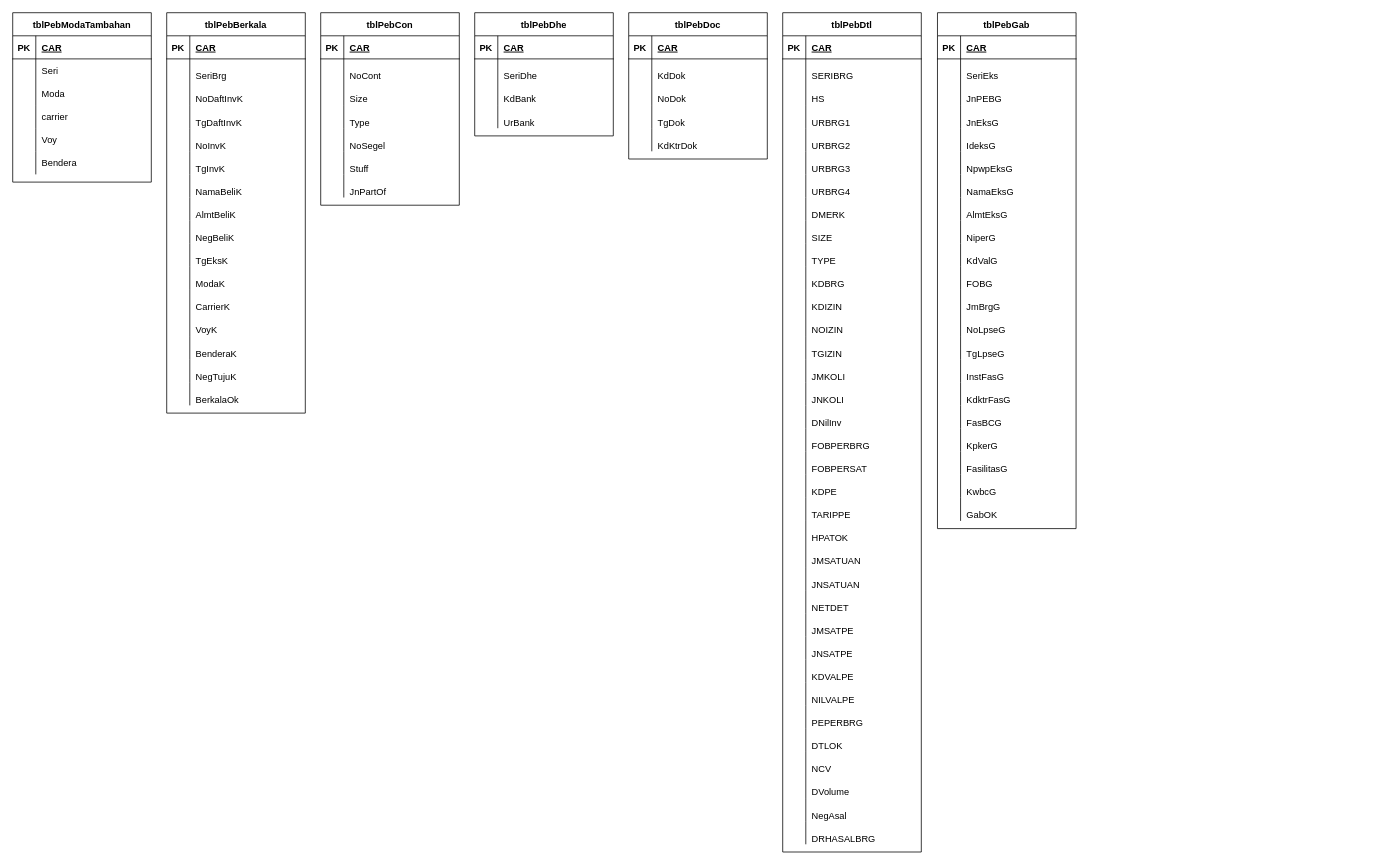
1000pilar/import-system-ii keeps this draw.io diagram as PEB Tables.drawio. Above is the earlier version. Source tidied: cells renumbered, new cells numbered last; positions are measured from the earlier drawing's top-left corner, leaving out a move shared by most shapes. Both pictures are drawn from the tidied source at 77%, with x=0, y=0 at pixel (12, 12).
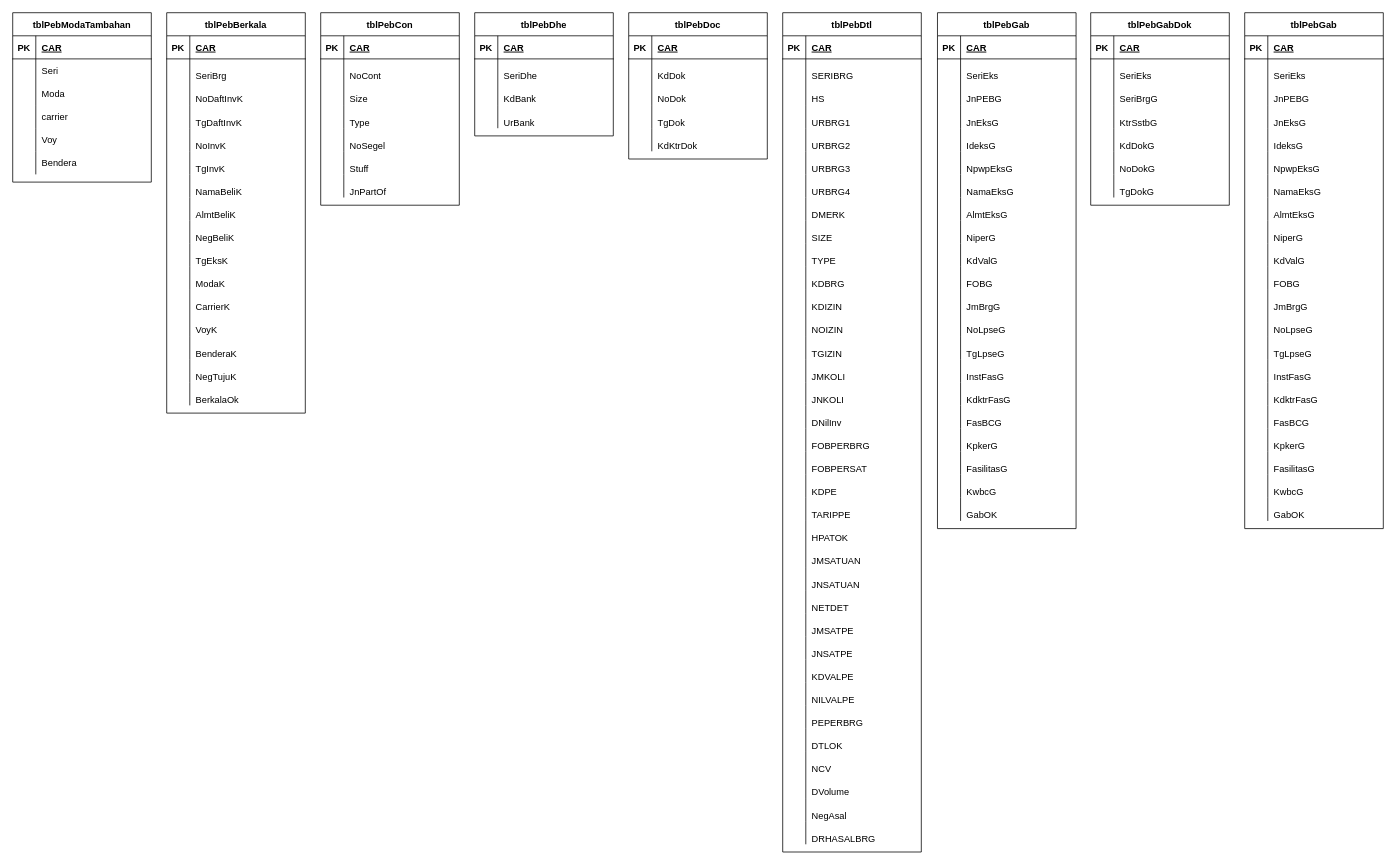
The same diagram, later.

The edit, as a diff of the source:
```diff
@@
+    <mxCell id="291" value="&#10;  tblPebGabDok&#10;" style="shape=table;startSize=30;childLayout=tableLayout;rowLines=0;fontStyle=1;align=center;" parent="1" vertex="1">
+      <mxGeometry x="1400" width="180" height="250" as="geometry" />
+    </mxCell>
+    <mxCell id="292" style="shape=partialRectangle;fillColor=none;top=0;left=0;bottom=1;right=0;" parent="291" vertex="1">
+      <mxGeometry y="30" width="180" height="30" as="geometry" />
+    </mxCell>
+    <mxCell id="293" value="PK" style="shape=partialRectangle;fillColor=none;top=0;left=0;bottom=0;right=0;fontStyle=1;overflow=hidden;" parent="292" vertex="1">
+      <mxGeometry width="30" height="30" as="geometry" />
+    </mxCell>
+    <mxCell id="294" value="CAR" style="shape=partialRectangle;fillColor=none;top=0;left=0;bottom=0;right=0;align=left;spacingLeft=6;fontStyle=5;overflow=hidden;" parent="292" vertex="1">
+      <mxGeometry x="30" width="150" height="30" as="geometry" />
+    </mxCell>
+    <mxCell id="295" style="shape=partialRectangle;fillColor=none;top=0;left=0;bottom=0;right=0;" parent="291" vertex="1">
+      <mxGeometry y="60" width="180" height="30" as="geometry" />
+    </mxCell>
+    <mxCell id="296" style="shape=partialRectangle;fillColor=none;top=0;left=0;bottom=0;right=0;overflow=hidden;" parent="295" vertex="1">
+      <mxGeometry width="30" height="30" as="geometry" />
+    </mxCell>
+    <mxCell id="297" value="&#10;  SeriEks&#10;" style="shape=partialRectangle;fillColor=none;top=0;left=0;bottom=0;right=0;align=left;spacingLeft=6;overflow=hidden;" parent="295" vertex="1">
+      <mxGeometry x="30" width="150" height="30" as="geometry" />
+    </mxCell>
+    <mxCell id="298" style="shape=partialRectangle;fillColor=none;top=0;left=0;bottom=0;right=0;" parent="291" vertex="1">
+      <mxGeometry y="90" width="180" height="30" as="geometry" />
+    </mxCell>
+    <mxCell id="299" style="shape=partialRectangle;fillColor=none;top=0;left=0;bottom=0;right=0;overflow=hidden;" parent="298" vertex="1">
+      <mxGeometry width="30" height="30" as="geometry" />
+    </mxCell>
+    <mxCell id="300" value="&#10;  SeriBrgG&#10;" style="shape=partialRectangle;fillColor=none;top=0;left=0;bottom=0;right=0;align=left;spacingLeft=6;overflow=hidden;" parent="298" vertex="1">
+      <mxGeometry x="30" width="150" height="30" as="geometry" />
+    </mxCell>
+    <mxCell id="301" style="shape=partialRectangle;fillColor=none;top=0;left=0;bottom=0;right=0;" parent="291" vertex="1">
+      <mxGeometry y="120" width="180" height="30" as="geometry" />
+    </mxCell>
+    <mxCell id="302" style="shape=partialRectangle;fillColor=none;top=0;left=0;bottom=0;right=0;overflow=hidden;" parent="301" vertex="1">
+      <mxGeometry width="30" height="30" as="geometry" />
+    </mxCell>
+    <mxCell id="303" value="&#10;  KtrSstbG&#10;" style="shape=partialRectangle;fillColor=none;top=0;left=0;bottom=0;right=0;align=left;spacingLeft=6;overflow=hidden;" parent="301" vertex="1">
+      <mxGeometry x="30" width="150" height="30" as="geometry" />
+    </mxCell>
+    <mxCell id="304" style="shape=partialRectangle;fillColor=none;top=0;left=0;bottom=0;right=0;" parent="291" vertex="1">
+      <mxGeometry y="150" width="180" height="30" as="geometry" />
+    </mxCell>
+    <mxCell id="305" style="shape=partialRectangle;fillColor=none;top=0;left=0;bottom=0;right=0;overflow=hidden;" parent="304" vertex="1">
+      <mxGeometry width="30" height="30" as="geometry" />
+    </mxCell>
+    <mxCell id="306" value="&#10;  KdDokG&#10;" style="shape=partialRectangle;fillColor=none;top=0;left=0;bottom=0;right=0;align=left;spacingLeft=6;overflow=hidden;" parent="304" vertex="1">
+      <mxGeometry x="30" width="150" height="30" as="geometry" />
+    </mxCell>
+    <mxCell id="307" style="shape=partialRectangle;fillColor=none;top=0;left=0;bottom=0;right=0;" parent="291" vertex="1">
+      <mxGeometry y="180" width="180" height="30" as="geometry" />
+    </mxCell>
+    <mxCell id="308" style="shape=partialRectangle;fillColor=none;top=0;left=0;bottom=0;right=0;overflow=hidden;" parent="307" vertex="1">
+      <mxGeometry width="30" height="30" as="geometry" />
+    </mxCell>
+    <mxCell id="309" value="&#10;  NoDokG&#10;" style="shape=partialRectangle;fillColor=none;top=0;left=0;bottom=0;right=0;align=left;spacingLeft=6;overflow=hidden;" parent="307" vertex="1">
+      <mxGeometry x="30" width="150" height="30" as="geometry" />
+    </mxCell>
+    <mxCell id="310" style="shape=partialRectangle;fillColor=none;top=0;left=0;bottom=0;right=0;" parent="291" vertex="1">
+      <mxGeometry y="210" width="180" height="30" as="geometry" />
+    </mxCell>
+    <mxCell id="311" style="shape=partialRectangle;fillColor=none;top=0;left=0;bottom=0;right=0;overflow=hidden;" parent="310" vertex="1">
+      <mxGeometry width="30" height="30" as="geometry" />
+    </mxCell>
+    <mxCell id="312" value="&#10;  TgDokG&#10;" style="shape=partialRectangle;fillColor=none;top=0;left=0;bottom=0;right=0;align=left;spacingLeft=6;overflow=hidden;" parent="310" vertex="1">
+      <mxGeometry x="30" width="150" height="30" as="geometry" />
+    </mxCell>
+    <mxCell id="313" value="&#10;  tblPebGab&#10;" style="shape=table;startSize=30;childLayout=tableLayout;rowLines=0;fontStyle=1;align=center;" parent="1" vertex="1">
+      <mxGeometry x="1600" width="180" height="670" as="geometry" />
+    </mxCell>
+    <mxCell id="314" style="shape=partialRectangle;fillColor=none;top=0;left=0;bottom=1;right=0;" parent="313" vertex="1">
+      <mxGeometry y="30" width="180" height="30" as="geometry" />
+    </mxCell>
+    <mxCell id="315" value="PK" style="shape=partialRectangle;fillColor=none;top=0;left=0;bottom=0;right=0;fontStyle=1;overflow=hidden;" parent="314" vertex="1">
+      <mxGeometry width="30" height="30" as="geometry" />
+    </mxCell>
+    <mxCell id="316" value="CAR" style="shape=partialRectangle;fillColor=none;top=0;left=0;bottom=0;right=0;align=left;spacingLeft=6;fontStyle=5;overflow=hidden;" parent="314" vertex="1">
+      <mxGeometry x="30" width="150" height="30" as="geometry" />
+    </mxCell>
+    <mxCell id="317" style="shape=partialRectangle;fillColor=none;top=0;left=0;bottom=0;right=0;" parent="313" vertex="1">
+      <mxGeometry y="60" width="180" height="30" as="geometry" />
+    </mxCell>
+    <mxCell id="318" style="shape=partialRectangle;fillColor=none;top=0;left=0;bottom=0;right=0;overflow=hidden;" parent="317" vertex="1">
+      <mxGeometry width="30" height="30" as="geometry" />
+    </mxCell>
+    <mxCell id="319" value="&#10;  SeriEks&#10;" style="shape=partialRectangle;fillColor=none;top=0;left=0;bottom=0;right=0;align=left;spacingLeft=6;overflow=hidden;" parent="317" vertex="1">
+      <mxGeometry x="30" width="150" height="30" as="geometry" />
+    </mxCell>
+    <mxCell id="320" style="shape=partialRectangle;fillColor=none;top=0;left=0;bottom=0;right=0;" parent="313" vertex="1">
+      <mxGeometry y="90" width="180" height="30" as="geometry" />
+    </mxCell>
+    <mxCell id="321" style="shape=partialRectangle;fillColor=none;top=0;left=0;bottom=0;right=0;overflow=hidden;" parent="320" vertex="1">
+      <mxGeometry width="30" height="30" as="geometry" />
+    </mxCell>
+    <mxCell id="322" value="&#10;  JnPEBG&#10;" style="shape=partialRectangle;fillColor=none;top=0;left=0;bottom=0;right=0;align=left;spacingLeft=6;overflow=hidden;" parent="320" vertex="1">
+      <mxGeometry x="30" width="150" height="30" as="geometry" />
+    </mxCell>
+    <mxCell id="323" style="shape=partialRectangle;fillColor=none;top=0;left=0;bottom=0;right=0;" parent="313" vertex="1">
+      <mxGeometry y="120" width="180" height="30" as="geometry" />
+    </mxCell>
+    <mxCell id="324" style="shape=partialRectangle;fillColor=none;top=0;left=0;bottom=0;right=0;overflow=hidden;" parent="323" vertex="1">
+      <mxGeometry width="30" height="30" as="geometry" />
+    </mxCell>
+    <mxCell id="325" value="&#10;  JnEksG&#10;" style="shape=partialRectangle;fillColor=none;top=0;left=0;bottom=0;right=0;align=left;spacingLeft=6;overflow=hidden;" parent="323" vertex="1">
+      <mxGeometry x="30" width="150" height="30" as="geometry" />
+    </mxCell>
+    <mxCell id="326" style="shape=partialRectangle;fillColor=none;top=0;left=0;bottom=0;right=0;" parent="313" vertex="1">
+      <mxGeometry y="150" width="180" height="30" as="geometry" />
+    </mxCell>
+    <mxCell id="327" style="shape=partialRectangle;fillColor=none;top=0;left=0;bottom=0;right=0;overflow=hidden;" parent="326" vertex="1">
+      <mxGeometry width="30" height="30" as="geometry" />
+    </mxCell>
+    <mxCell id="328" value="&#10;  IdeksG&#10;" style="shape=partialRectangle;fillColor=none;top=0;left=0;bottom=0;right=0;align=left;spacingLeft=6;overflow=hidden;" parent="326" vertex="1">
+      <mxGeometry x="30" width="150" height="30" as="geometry" />
+    </mxCell>
+    <mxCell id="329" style="shape=partialRectangle;fillColor=none;top=0;left=0;bottom=0;right=0;" parent="313" vertex="1">
+      <mxGeometry y="180" width="180" height="30" as="geometry" />
+    </mxCell>
+    <mxCell id="330" style="shape=partialRectangle;fillColor=none;top=0;left=0;bottom=0;right=0;overflow=hidden;" parent="329" vertex="1">
+      <mxGeometry width="30" height="30" as="geometry" />
+    </mxCell>
+    <mxCell id="331" value="&#10;  NpwpEksG&#10;" style="shape=partialRectangle;fillColor=none;top=0;left=0;bottom=0;right=0;align=left;spacingLeft=6;overflow=hidden;" parent="329" vertex="1">
+      <mxGeometry x="30" width="150" height="30" as="geometry" />
+    </mxCell>
+    <mxCell id="332" style="shape=partialRectangle;fillColor=none;top=0;left=0;bottom=0;right=0;" parent="313" vertex="1">
+      <mxGeometry y="210" width="180" height="30" as="geometry" />
+    </mxCell>
+    <mxCell id="333" style="shape=partialRectangle;fillColor=none;top=0;left=0;bottom=0;right=0;overflow=hidden;" parent="332" vertex="1">
+      <mxGeometry width="30" height="30" as="geometry" />
+    </mxCell>
+    <mxCell id="334" value="&#10;  NamaEksG&#10;" style="shape=partialRectangle;fillColor=none;top=0;left=0;bottom=0;right=0;align=left;spacingLeft=6;overflow=hidden;" parent="332" vertex="1">
+      <mxGeometry x="30" width="150" height="30" as="geometry" />
+    </mxCell>
+    <mxCell id="335" style="shape=partialRectangle;fillColor=none;top=0;left=0;bottom=0;right=0;" parent="313" vertex="1">
+      <mxGeometry y="240" width="180" height="30" as="geometry" />
+    </mxCell>
+    <mxCell id="336" style="shape=partialRectangle;fillColor=none;top=0;left=0;bottom=0;right=0;overflow=hidden;" parent="335" vertex="1">
+      <mxGeometry width="30" height="30" as="geometry" />
+    </mxCell>
+    <mxCell id="337" value="&#10;  AlmtEksG&#10;" style="shape=partialRectangle;fillColor=none;top=0;left=0;bottom=0;right=0;align=left;spacingLeft=6;overflow=hidden;" parent="335" vertex="1">
+      <mxGeometry x="30" width="150" height="30" as="geometry" />
+    </mxCell>
+    <mxCell id="338" style="shape=partialRectangle;fillColor=none;top=0;left=0;bottom=0;right=0;" parent="313" vertex="1">
+      <mxGeometry y="270" width="180" height="30" as="geometry" />
+    </mxCell>
+    <mxCell id="339" style="shape=partialRectangle;fillColor=none;top=0;left=0;bottom=0;right=0;overflow=hidden;" parent="338" vertex="1">
+      <mxGeometry width="30" height="30" as="geometry" />
+    </mxCell>
+    <mxCell id="340" value="&#10;  NiperG&#10;" style="shape=partialRectangle;fillColor=none;top=0;left=0;bottom=0;right=0;align=left;spacingLeft=6;overflow=hidden;" parent="338" vertex="1">
+      <mxGeometry x="30" width="150" height="30" as="geometry" />
+    </mxCell>
+    <mxCell id="341" style="shape=partialRectangle;fillColor=none;top=0;left=0;bottom=0;right=0;" parent="313" vertex="1">
+      <mxGeometry y="300" width="180" height="30" as="geometry" />
+    </mxCell>
+    <mxCell id="342" style="shape=partialRectangle;fillColor=none;top=0;left=0;bottom=0;right=0;overflow=hidden;" parent="341" vertex="1">
+      <mxGeometry width="30" height="30" as="geometry" />
+    </mxCell>
+    <mxCell id="343" value="&#10;  KdValG&#10;" style="shape=partialRectangle;fillColor=none;top=0;left=0;bottom=0;right=0;align=left;spacingLeft=6;overflow=hidden;" parent="341" vertex="1">
+      <mxGeometry x="30" width="150" height="30" as="geometry" />
+    </mxCell>
+    <mxCell id="344" style="shape=partialRectangle;fillColor=none;top=0;left=0;bottom=0;right=0;" parent="313" vertex="1">
+      <mxGeometry y="330" width="180" height="30" as="geometry" />
+    </mxCell>
+    <mxCell id="345" style="shape=partialRectangle;fillColor=none;top=0;left=0;bottom=0;right=0;overflow=hidden;" parent="344" vertex="1">
+      <mxGeometry width="30" height="30" as="geometry" />
+    </mxCell>
+    <mxCell id="346" value="&#10;  FOBG&#10;" style="shape=partialRectangle;fillColor=none;top=0;left=0;bottom=0;right=0;align=left;spacingLeft=6;overflow=hidden;" parent="344" vertex="1">
+      <mxGeometry x="30" width="150" height="30" as="geometry" />
+    </mxCell>
+    <mxCell id="347" style="shape=partialRectangle;fillColor=none;top=0;left=0;bottom=0;right=0;" parent="313" vertex="1">
+      <mxGeometry y="360" width="180" height="30" as="geometry" />
+    </mxCell>
+    <mxCell id="348" style="shape=partialRectangle;fillColor=none;top=0;left=0;bottom=0;right=0;overflow=hidden;" parent="347" vertex="1">
+      <mxGeometry width="30" height="30" as="geometry" />
+    </mxCell>
+    <mxCell id="349" value="&#10;  JmBrgG&#10;" style="shape=partialRectangle;fillColor=none;top=0;left=0;bottom=0;right=0;align=left;spacingLeft=6;overflow=hidden;" parent="347" vertex="1">
+      <mxGeometry x="30" width="150" height="30" as="geometry" />
+    </mxCell>
+    <mxCell id="350" style="shape=partialRectangle;fillColor=none;top=0;left=0;bottom=0;right=0;" parent="313" vertex="1">
+      <mxGeometry y="390" width="180" height="30" as="geometry" />
+    </mxCell>
+    <mxCell id="351" style="shape=partialRectangle;fillColor=none;top=0;left=0;bottom=0;right=0;overflow=hidden;" parent="350" vertex="1">
+      <mxGeometry width="30" height="30" as="geometry" />
+    </mxCell>
+    <mxCell id="352" value="&#10;  NoLpseG&#10;" style="shape=partialRectangle;fillColor=none;top=0;left=0;bottom=0;right=0;align=left;spacingLeft=6;overflow=hidden;" parent="350" vertex="1">
+      <mxGeometry x="30" width="150" height="30" as="geometry" />
+    </mxCell>
+    <mxCell id="353" style="shape=partialRectangle;fillColor=none;top=0;left=0;bottom=0;right=0;" parent="313" vertex="1">
+      <mxGeometry y="420" width="180" height="30" as="geometry" />
+    </mxCell>
+    <mxCell id="354" style="shape=partialRectangle;fillColor=none;top=0;left=0;bottom=0;right=0;overflow=hidden;" parent="353" vertex="1">
+      <mxGeometry width="30" height="30" as="geometry" />
+    </mxCell>
+    <mxCell id="355" value="&#10;  TgLpseG&#10;" style="shape=partialRectangle;fillColor=none;top=0;left=0;bottom=0;right=0;align=left;spacingLeft=6;overflow=hidden;" parent="353" vertex="1">
+      <mxGeometry x="30" width="150" height="30" as="geometry" />
+    </mxCell>
+    <mxCell id="356" style="shape=partialRectangle;fillColor=none;top=0;left=0;bottom=0;right=0;" parent="313" vertex="1">
+      <mxGeometry y="450" width="180" height="30" as="geometry" />
+    </mxCell>
+    <mxCell id="357" style="shape=partialRectangle;fillColor=none;top=0;left=0;bottom=0;right=0;overflow=hidden;" parent="356" vertex="1">
+      <mxGeometry width="30" height="30" as="geometry" />
+    </mxCell>
+    <mxCell id="358" value="&#10;  InstFasG&#10;" style="shape=partialRectangle;fillColor=none;top=0;left=0;bottom=0;right=0;align=left;spacingLeft=6;overflow=hidden;" parent="356" vertex="1">
+      <mxGeometry x="30" width="150" height="30" as="geometry" />
+    </mxCell>
+    <mxCell id="359" style="shape=partialRectangle;fillColor=none;top=0;left=0;bottom=0;right=0;" parent="313" vertex="1">
+      <mxGeometry y="480" width="180" height="30" as="geometry" />
+    </mxCell>
+    <mxCell id="360" style="shape=partialRectangle;fillColor=none;top=0;left=0;bottom=0;right=0;overflow=hidden;" parent="359" vertex="1">
+      <mxGeometry width="30" height="30" as="geometry" />
+    </mxCell>
+    <mxCell id="361" value="&#10;  KdktrFasG&#10;" style="shape=partialRectangle;fillColor=none;top=0;left=0;bottom=0;right=0;align=left;spacingLeft=6;overflow=hidden;" parent="359" vertex="1">
+      <mxGeometry x="30" width="150" height="30" as="geometry" />
+    </mxCell>
+    <mxCell id="362" style="shape=partialRectangle;fillColor=none;top=0;left=0;bottom=0;right=0;" parent="313" vertex="1">
+      <mxGeometry y="510" width="180" height="30" as="geometry" />
+    </mxCell>
+    <mxCell id="363" style="shape=partialRectangle;fillColor=none;top=0;left=0;bottom=0;right=0;overflow=hidden;" parent="362" vertex="1">
+      <mxGeometry width="30" height="30" as="geometry" />
+    </mxCell>
+    <mxCell id="364" value="&#10;  FasBCG&#10;" style="shape=partialRectangle;fillColor=none;top=0;left=0;bottom=0;right=0;align=left;spacingLeft=6;overflow=hidden;" parent="362" vertex="1">
+      <mxGeometry x="30" width="150" height="30" as="geometry" />
+    </mxCell>
+    <mxCell id="365" style="shape=partialRectangle;fillColor=none;top=0;left=0;bottom=0;right=0;" parent="313" vertex="1">
+      <mxGeometry y="540" width="180" height="30" as="geometry" />
+    </mxCell>
+    <mxCell id="366" style="shape=partialRectangle;fillColor=none;top=0;left=0;bottom=0;right=0;overflow=hidden;" parent="365" vertex="1">
+      <mxGeometry width="30" height="30" as="geometry" />
+    </mxCell>
+    <mxCell id="367" value="&#10;  KpkerG&#10;" style="shape=partialRectangle;fillColor=none;top=0;left=0;bottom=0;right=0;align=left;spacingLeft=6;overflow=hidden;" parent="365" vertex="1">
+      <mxGeometry x="30" width="150" height="30" as="geometry" />
+    </mxCell>
+    <mxCell id="368" style="shape=partialRectangle;fillColor=none;top=0;left=0;bottom=0;right=0;" parent="313" vertex="1">
+      <mxGeometry y="570" width="180" height="30" as="geometry" />
+    </mxCell>
+    <mxCell id="369" style="shape=partialRectangle;fillColor=none;top=0;left=0;bottom=0;right=0;overflow=hidden;" parent="368" vertex="1">
+      <mxGeometry width="30" height="30" as="geometry" />
+    </mxCell>
+    <mxCell id="370" value="&#10;  FasilitasG&#10;" style="shape=partialRectangle;fillColor=none;top=0;left=0;bottom=0;right=0;align=left;spacingLeft=6;overflow=hidden;" parent="368" vertex="1">
+      <mxGeometry x="30" width="150" height="30" as="geometry" />
+    </mxCell>
+    <mxCell id="371" style="shape=partialRectangle;fillColor=none;top=0;left=0;bottom=0;right=0;" parent="313" vertex="1">
+      <mxGeometry y="600" width="180" height="30" as="geometry" />
+    </mxCell>
+    <mxCell id="372" style="shape=partialRectangle;fillColor=none;top=0;left=0;bottom=0;right=0;overflow=hidden;" parent="371" vertex="1">
+      <mxGeometry width="30" height="30" as="geometry" />
+    </mxCell>
+    <mxCell id="373" value="&#10;  KwbcG&#10;" style="shape=partialRectangle;fillColor=none;top=0;left=0;bottom=0;right=0;align=left;spacingLeft=6;overflow=hidden;" parent="371" vertex="1">
+      <mxGeometry x="30" width="150" height="30" as="geometry" />
+    </mxCell>
+    <mxCell id="374" style="shape=partialRectangle;fillColor=none;top=0;left=0;bottom=0;right=0;" parent="313" vertex="1">
+      <mxGeometry y="630" width="180" height="30" as="geometry" />
+    </mxCell>
+    <mxCell id="375" style="shape=partialRectangle;fillColor=none;top=0;left=0;bottom=0;right=0;overflow=hidden;" parent="374" vertex="1">
+      <mxGeometry width="30" height="30" as="geometry" />
+    </mxCell>
+    <mxCell id="376" value="&#10;  GabOK&#10;" style="shape=partialRectangle;fillColor=none;top=0;left=0;bottom=0;right=0;align=left;spacingLeft=6;overflow=hidden;" parent="374" vertex="1">
+      <mxGeometry x="30" width="150" height="30" as="geometry" />
+    </mxCell>
```
